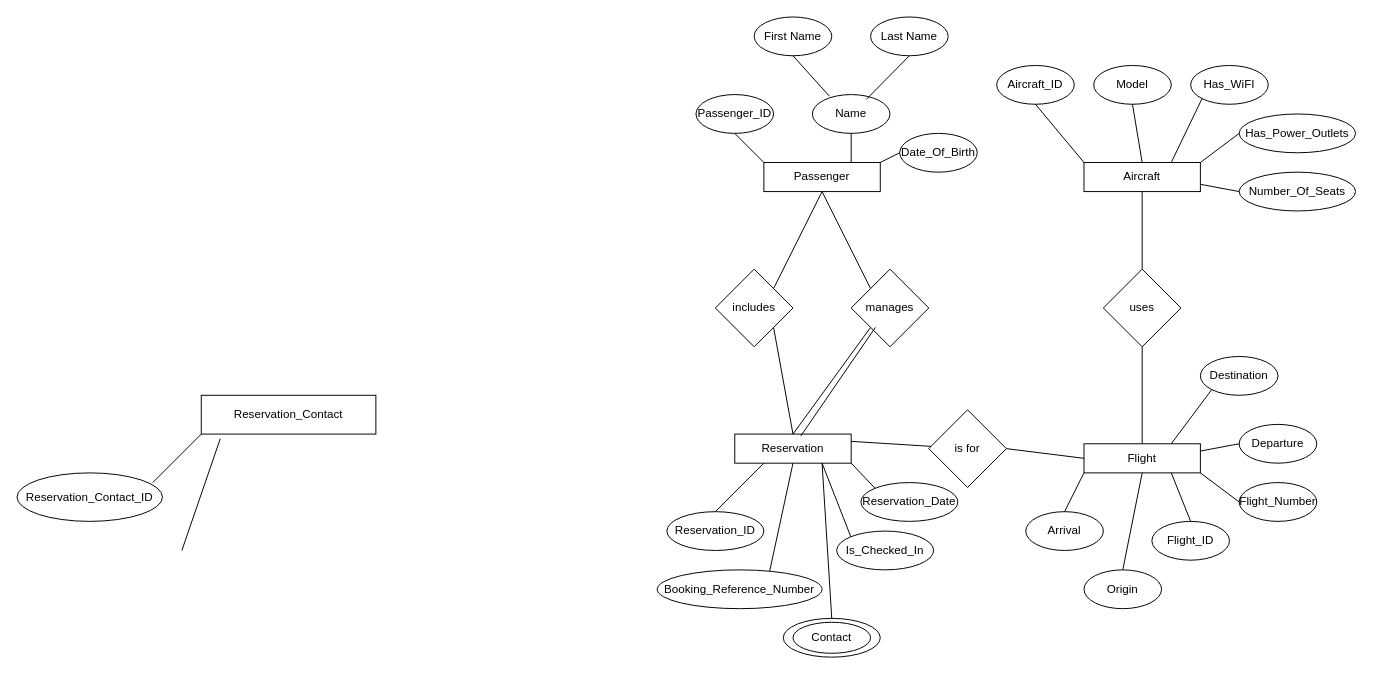
Before: page "Page-1" (1 of 2) of diagrams/snoopy-airlines-eer.drawio in Persona5-Joker/4347-Database-Project-Snoopy-Airlines-, a draw.io diagram. Source tidied: cells renumbered, new cells numbered last; positions are measured from the earlier drawing's top-left corner, leaving out a move shared by most shapes. Both pictures are drawn from the tidied source at 97%, with x=0, y=0 at pixel (16, 16).
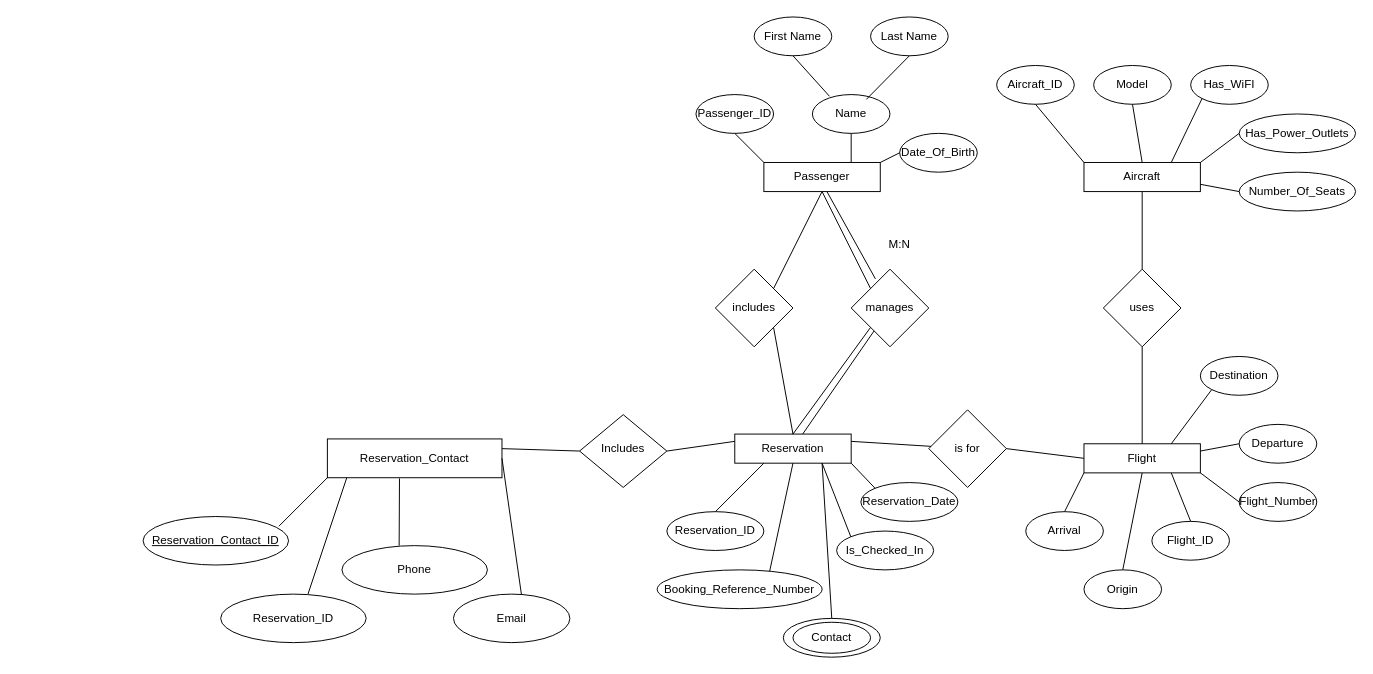
After the change.

The change refers to these unchanged cells:
```xml
<mxCell id="6" value="Reservation" style="rounded=0;whiteSpace=wrap;html=1;" parent="1" vertex="1">
  <mxGeometry x="740" y="430" width="120" height="30" as="geometry" />
</mxCell>
<mxCell id="15" value="manages" style="rhombus;whiteSpace=wrap;html=1;" parent="1" vertex="1">
  <mxGeometry x="860" y="260" width="80" height="80" as="geometry" />
</mxCell>
```

The edit, as a diff of the source:
```diff
@@
-    <mxCell id="61" style="endArrow=none;html=1;rounded=0;exitX=0.567;exitY=0.067;exitDx=0;exitDy=0;exitPerimeter=0;" parent="1" edge="1" source="6">
+    <mxCell id="61" style="endArrow=none;html=1;rounded=0;" parent="1" edge="1" target="15">
       <mxGeometry relative="1" as="geometry">
-        <mxPoint x="885" y="320" as="targetPoint" />
+        <mxPoint x="810" y="430" as="sourcePoint" />
       </mxGeometry>
     </mxCell>
     <mxCell id="62" style="rounded=0;whiteSpace=wrap;html=1;" parent="1" vertex="1">
-      <mxGeometry x="190" y="390" width="180" height="40" as="geometry" />
+      <mxGeometry x="320" y="435" width="180" height="40" as="geometry" />
     </mxCell>
     <mxCell id="63" value="Reservation_Contact" style="text;strokeColor=none;align=center;fillColor=none;html=1;verticalAlign=middle;whiteSpace=wrap;rounded=0;" parent="1" vertex="1">
-      <mxGeometry x="200" y="395" width="160" height="30" as="geometry" />
+      <mxGeometry x="330" y="440" width="160" height="30" as="geometry" />
     </mxCell>
     <mxCell id="64" style="endArrow=none;html=1;rounded=0;" parent="1" edge="1">
       <mxGeometry relative="1" as="geometry">
-        <mxPoint x="140" y="480" as="sourcePoint" />
-        <mxPoint x="190" y="430" as="targetPoint" />
+        <mxPoint x="270" y="525" as="sourcePoint" />
+        <mxPoint x="320" y="475" as="targetPoint" />
       </mxGeometry>
     </mxCell>
     <mxCell id="65" style="ellipse;whiteSpace=wrap;html=1;" parent="1" vertex="1">
-      <mxGeometry y="470" width="150" height="50" as="geometry" />
+      <mxGeometry x="130" y="515" width="150" height="50" as="geometry" />
     </mxCell>
-    <mxCell id="66" value="Reservation_Contact_ID" style="text;strokeColor=none;align=center;fillColor=none;html=1;verticalAlign=middle;whiteSpace=wrap;rounded=0;" parent="1" vertex="1">
-      <mxGeometry x="20" y="480" width="110" height="30" as="geometry" />
+    <mxCell id="66" value="&lt;u&gt;Reservation_Contact_ID&lt;/u&gt;" style="text;strokeColor=none;align=center;fillColor=none;html=1;verticalAlign=middle;whiteSpace=wrap;rounded=0;" parent="1" vertex="1">
+      <mxGeometry x="150" y="525" width="110" height="30" as="geometry" />
     </mxCell>
-    <mxCell id="67" style="endArrow=none;html=1;rounded=0;entryX=0.109;entryY=1.117;entryDx=0;entryDy=0;entryPerimeter=0;" parent="1" edge="1" target="62">
+    <mxCell id="67" style="endArrow=none;html=1;rounded=0;" parent="1" edge="1">
       <mxGeometry relative="1" as="geometry">
-        <mxPoint x="170" y="550" as="sourcePoint" />
+        <mxPoint x="300" y="595" as="sourcePoint" />
+        <mxPoint x="340" y="475" as="targetPoint" />
       </mxGeometry>
     </mxCell>
+    <mxCell id="68" style="ellipse;whiteSpace=wrap;html=1;" parent="1" vertex="1">
+      <mxGeometry x="210" y="595" width="150" height="50" as="geometry" />
+    </mxCell>
+    <mxCell id="69" value="Reservation_ID" style="text;strokeColor=none;align=center;fillColor=none;html=1;verticalAlign=middle;whiteSpace=wrap;rounded=0;" parent="1" vertex="1">
+      <mxGeometry x="230" y="605" width="110" height="30" as="geometry" />
+    </mxCell>
+    <mxCell id="70" style="endArrow=none;html=1;rounded=0;entryX=0.413;entryY=1.017;entryDx=0;entryDy=0;entryPerimeter=0;" parent="1" edge="1" target="62">
+      <mxGeometry relative="1" as="geometry">
+        <mxPoint x="394" y="545" as="sourcePoint" />
+      </mxGeometry>
+    </mxCell>
+    <mxCell id="71" style="ellipse;whiteSpace=wrap;html=1;" parent="1" vertex="1">
+      <mxGeometry x="335" y="545" width="150" height="50" as="geometry" />
+    </mxCell>
+    <mxCell id="72" value="Phone" style="text;strokeColor=none;align=center;fillColor=none;html=1;verticalAlign=middle;whiteSpace=wrap;rounded=0;" parent="1" vertex="1">
+      <mxGeometry x="360" y="555" width="100" height="30" as="geometry" />
+    </mxCell>
+    <mxCell id="73" style="endArrow=none;html=1;rounded=0;entryX=1;entryY=0.5;entryDx=0;entryDy=0;" parent="1" edge="1" target="62">
+      <mxGeometry relative="1" as="geometry">
+        <mxPoint x="520" y="595" as="sourcePoint" />
+      </mxGeometry>
+    </mxCell>
+    <mxCell id="74" style="ellipse;whiteSpace=wrap;html=1;" parent="1" vertex="1">
+      <mxGeometry x="450" y="595" width="120" height="50" as="geometry" />
+    </mxCell>
+    <mxCell id="75" value="Email" style="text;strokeColor=none;align=center;fillColor=none;html=1;verticalAlign=middle;whiteSpace=wrap;rounded=0;" parent="1" vertex="1">
+      <mxGeometry x="470" y="605" width="80" height="30" as="geometry" />
+    </mxCell>
+    <mxCell id="76" style="rhombus;whiteSpace=wrap;html=1;" parent="1" vertex="1">
+      <mxGeometry x="580" y="410" width="90" height="75" as="geometry" />
+    </mxCell>
+    <mxCell id="77" style="endArrow=none;html=1;rounded=0;entryX=0;entryY=0.25;entryDx=0;entryDy=0;exitX=1;exitY=0.5;exitDx=0;exitDy=0;" parent="1" edge="1" source="76" target="6">
+      <mxGeometry relative="1" as="geometry" />
+    </mxCell>
+    <mxCell id="78" value="Includes" style="text;strokeColor=none;align=center;fillColor=none;html=1;verticalAlign=middle;whiteSpace=wrap;rounded=0;" parent="1" vertex="1">
+      <mxGeometry x="595" y="430" width="60" height="30" as="geometry" />
+    </mxCell>
+    <mxCell id="79" style="endArrow=none;html=1;rounded=0;entryX=0;entryY=0.5;entryDx=0;entryDy=0;exitX=1;exitY=0.25;exitDx=0;exitDy=0;" parent="1" edge="1" source="62" target="76">
+      <mxGeometry relative="1" as="geometry" />
+    </mxCell>
+    <mxCell id="80" value="M:N" style="text;strokeColor=none;align=center;fillColor=none;html=1;verticalAlign=middle;whiteSpace=wrap;rounded=0;" parent="1" vertex="1">
+      <mxGeometry x="880" y="220" width="60" height="30" as="geometry" />
+    </mxCell>
+    <mxCell id="81" style="endArrow=none;html=1;rounded=0;exitX=0.375;exitY=0.125;exitDx=0;exitDy=0;exitPerimeter=0;" parent="1" edge="1">
+      <mxGeometry relative="1" as="geometry">
+        <mxPoint x="885" y="270" as="sourcePoint" />
+        <mxPoint x="835" y="180" as="targetPoint" />
+      </mxGeometry>
+    </mxCell>
```
